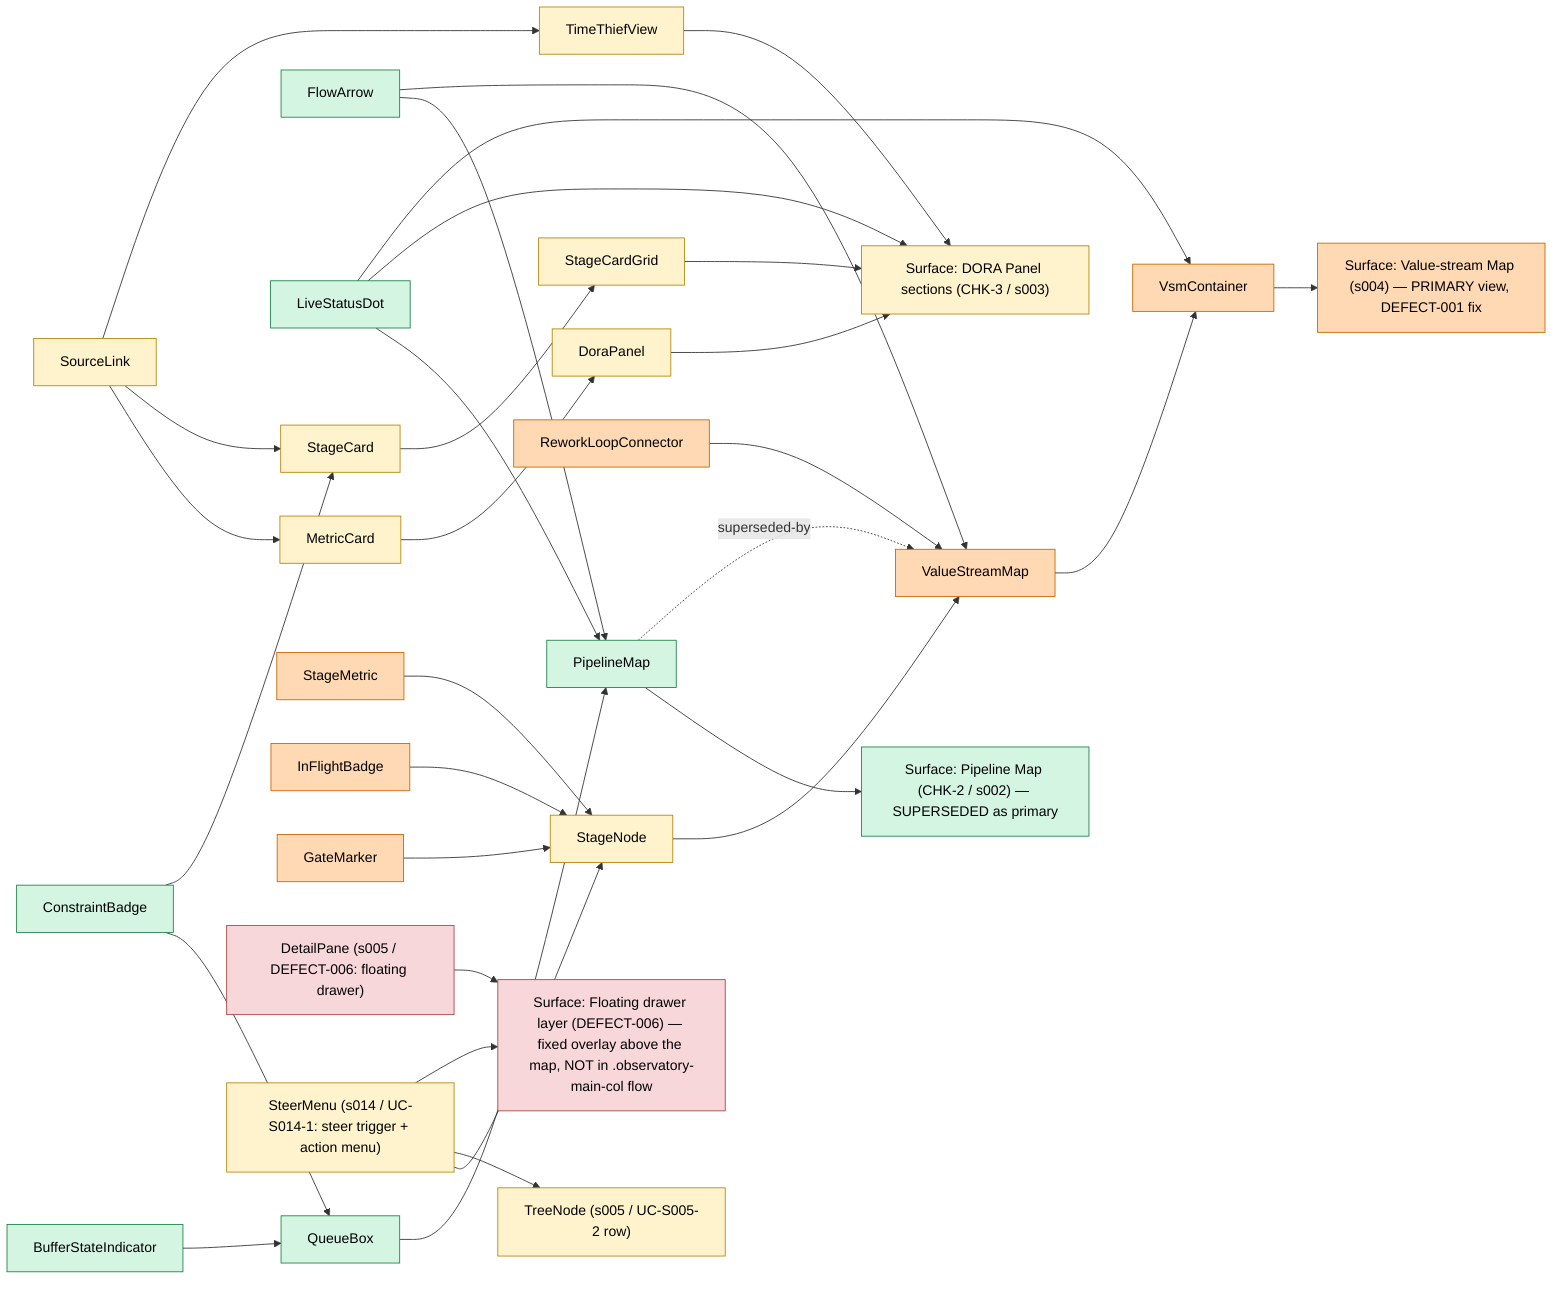
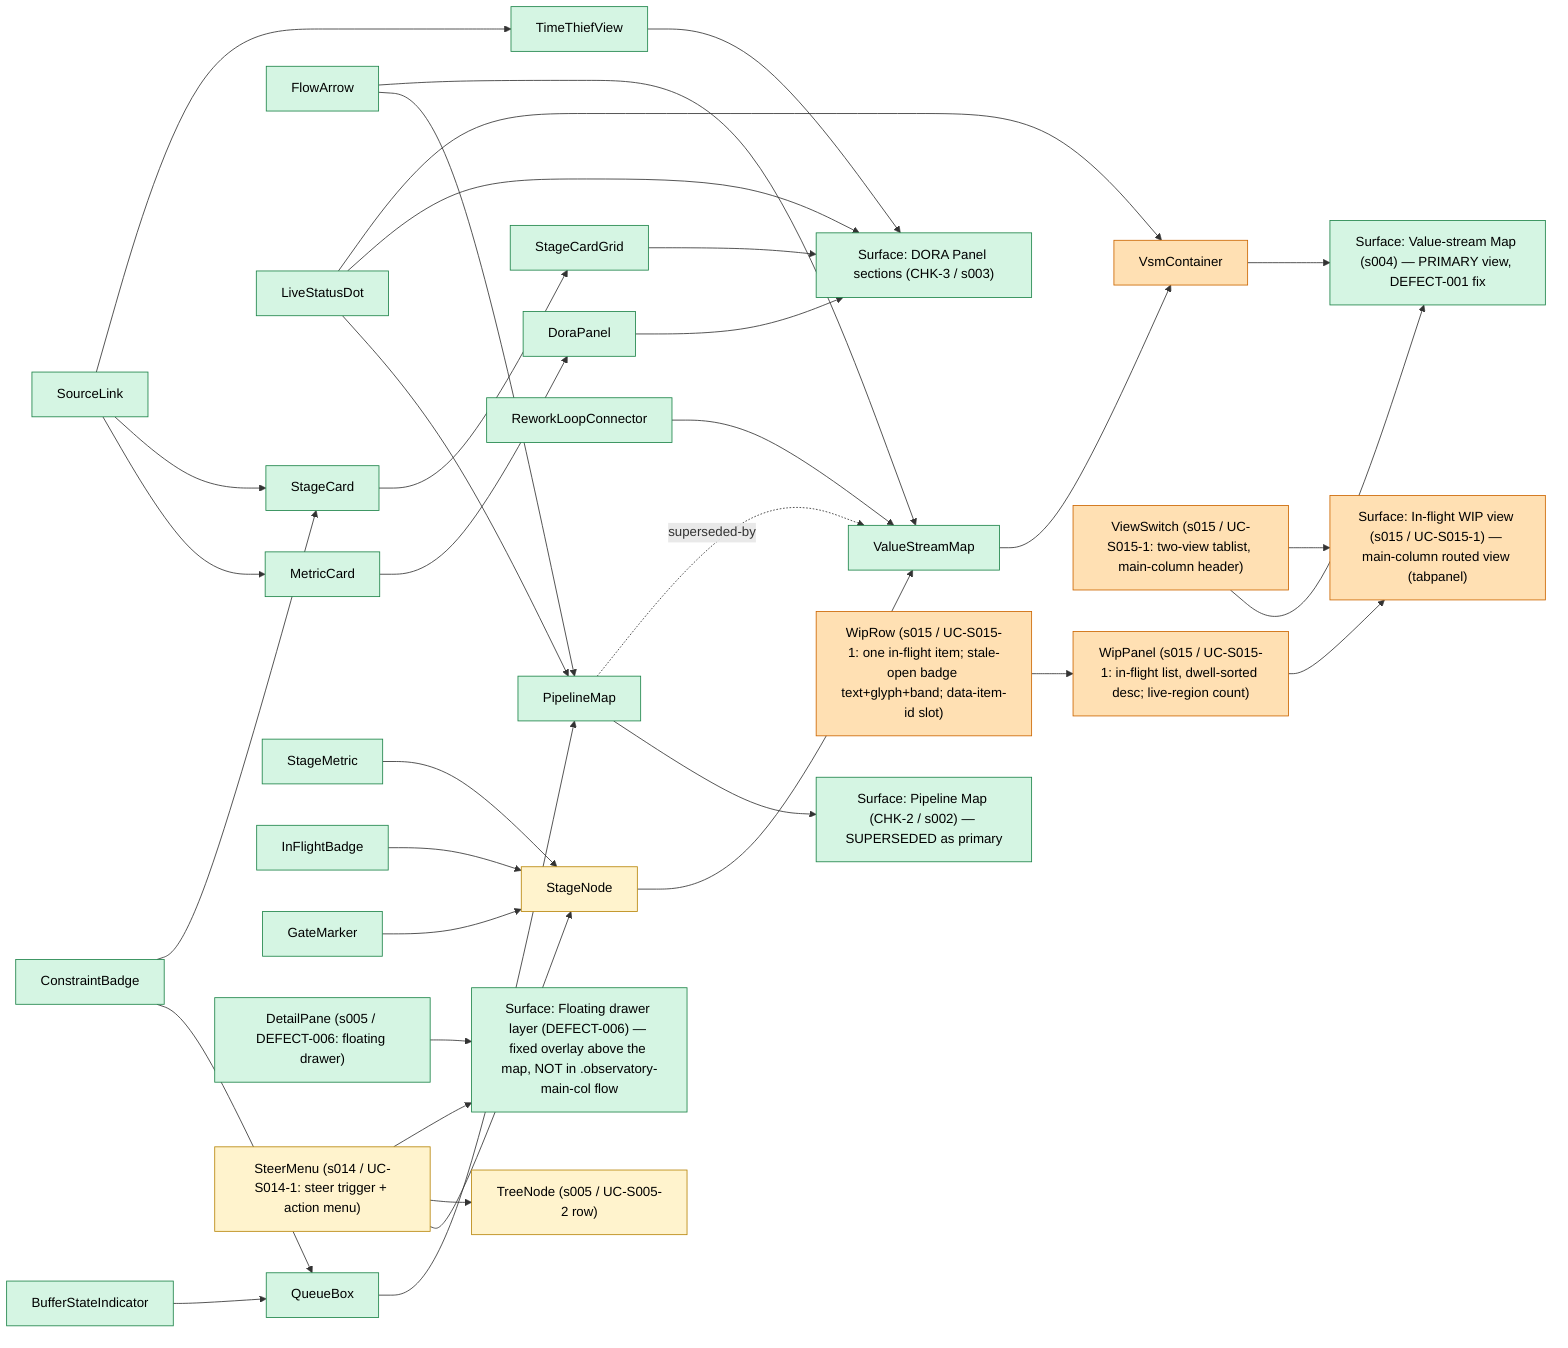
%% Observatory UI change-impact model — design-system components -> surfaces that use them.
%% Owner: ui-designer. Edges = "used by". Nodes/edges added or re-pointed in a commit
%% are marked `class ... changed` in the SAME commit; the tester consumes the marks
%% as the UI test-plan input, then they are cleared at slice delivery.
%% Seeded: s002-pipeline-map (CHK-2) — DELIVERED 2026-06-09T02:22:00Z; all nodes stable.
graph LR
  %% --- surfaces ---
  PipelineMapScreen["Surface: Pipeline Map (CHK-2 / s002) — SUPERSEDED as primary"]
  DoraPanelScreen["Surface: DORA Panel sections (CHK-3 / s003)"]
  ValueStreamScreen["Surface: Value-stream Map (s004) — PRIMARY view, DEFECT-001 fix"]
  ObservatoryDrawerLayer["Surface: Floating drawer layer (DEFECT-006) — fixed overlay above the map, NOT in .observatory-main-col flow"]

  %% --- design-system components ---
  PipelineMap["PipelineMap"]
  QueueBox["QueueBox"]
  BufferStateIndicator["BufferStateIndicator"]
  ConstraintBadge["ConstraintBadge"]
  FlowArrow["FlowArrow"]
  LiveStatusDot["LiveStatusDot"]
  DoraPanel["DoraPanel"]
  MetricCard["MetricCard"]
  StageCardGrid["StageCardGrid"]
  StageCard["StageCard"]
  TimeThiefView["TimeThiefView"]
  SourceLink["SourceLink"]
  %% s004 value-stream components (DEFECT-001 fix) — mounted as the PRIMARY view
  VsmContainer["VsmContainer"]
  ValueStreamMap["ValueStreamMap"]
  StageNode["StageNode"]
  StageMetric["StageMetric"]
  InFlightBadge["InFlightBadge"]
  GateMarker["GateMarker"]
  ReworkLoopConnector["ReworkLoopConnector"]

  %% --- used-by edges ---
  PipelineMap --> PipelineMapScreen
  QueueBox --> PipelineMap
  BufferStateIndicator --> QueueBox
  ConstraintBadge --> QueueBox
  FlowArrow --> PipelineMap
  LiveStatusDot --> PipelineMap
  %% CHK-3 (s003) used-by edges
  DoraPanel --> DoraPanelScreen
  StageCardGrid --> DoraPanelScreen
  TimeThiefView --> DoraPanelScreen
  MetricCard --> DoraPanel
  StageCard --> StageCardGrid
  ConstraintBadge --> StageCard
  SourceLink --> MetricCard
  SourceLink --> StageCard
  SourceLink --> TimeThiefView
  LiveStatusDot --> DoraPanelScreen
  %% s004 (DEFECT-001) used-by edges — the value-stream map becomes the primary surface.
  %% Runtime routing path: main.jsx mounts VsmContainer (NOT MapContainer) → ValueStreamMap.
  VsmContainer --> ValueStreamScreen
  ValueStreamMap --> VsmContainer
  StageNode --> ValueStreamMap
  StageMetric --> StageNode
  InFlightBadge --> StageNode
  GateMarker --> StageNode
  ReworkLoopConnector --> ValueStreamMap
  FlowArrow --> ValueStreamMap
  LiveStatusDot --> VsmContainer
  %% supersession: PipelineMap is no longer mounted as the primary view (still in tree, tested).
  PipelineMap -. superseded-by .-> ValueStreamMap

  %% DEFECT-006: DetailPane RE-POINTED — was an in-flow sibling of ValueStreamMap inside
  %% .observatory-main-col (reflowed the map); now a position:fixed floating drawer on its
  %% own overlay layer. The re-point is the regression-guard input for the tester (GEO-S005-3b).
  DetailPane["DetailPane (s005 / DEFECT-006: floating drawer)"]
  DetailPane --> ObservatoryDrawerLayer

  %% s014 / UC-S014-1: SteerMenu (NEW) — per-item steer trigger + body-portalled
  %% role=menu popover (4 action types). Composed READ-ONLY into the queue chips
  %% (StageNode) and the tree rows (TreeNode); onSteer(itemId, actionType) prop
  %% slot threads VsmContainer→ValueStreamMap→StageNode and WorkItemTree→TreeNode
  %% (no host logic change). The popover renders on the fixed-overlay layer
  %% (DEFECT-006 discipline) — zero flow height, own stacking context.
  %% NOTE for tester: trigger carries data-steer-item-id (NOT data-item-id — that
  %% stays the treeitem's unique selector); MetricSource reveal panels are now
  %% pointer-events:none so they cannot intercept clicks on the chips' triggers.
  TreeNode["TreeNode (s005 / UC-S005-2 row)"]
  SteerMenu["SteerMenu (s014 / UC-S014-1: steer trigger + action menu)"]
  SteerMenu --> StageNode
  SteerMenu --> TreeNode
  SteerMenu --> ObservatoryDrawerLayer

+   %% s015 / UC-S015-1: WIP navigation panel — ROUTED VIEW (EXP-016). ObservatoryView's
+   %% main column gains a ViewSwitch tablist ("Pipeline" | "In-flight WIP") that swaps
+   %% the column content between VsmContainer (default) and WipPanel. The two surfaces
+   %% NEVER co-exist (inactive tabpanel is hidden AND empty → genuinely unmounted), so
+   %% there is no overlay-reflow failure mode by construction (GEO-S015-1).
+   %% RUNTIME ROUTING CHANGE for the tester: VsmContainer is now mounted CONDITIONALLY
+   %% inside the pipeline tabpanel (was: unconditionally in .observatory-main-col) —
+   %% GEO-S015-1 pins that switch-away-and-back restores a byte-identical VSM bbox.
+   %% WipRow carries data-item-id — the composition slot UC-S015-2's SteerMenu reads.
+   WipViewScreen["Surface: In-flight WIP view (s015 / UC-S015-1) — main-column routed view (tabpanel)"]
+   ViewSwitch["ViewSwitch (s015 / UC-S015-1: two-view tablist, main-column header)"]
+   WipPanel["WipPanel (s015 / UC-S015-1: in-flight list, dwell-sorted desc; live-region count)"]
+   WipRow["WipRow (s015 / UC-S015-1: one in-flight item; stale-open badge text+glyph+band; data-item-id slot)"]
+   ViewSwitch --> ValueStreamScreen
+   ViewSwitch --> WipViewScreen
+   WipPanel --> WipViewScreen
+   WipRow --> WipPanel
+ 
  classDef delivered fill:#d5f5e3,stroke:#1e8449,color:#000;
-   class PipelineMapScreen,PipelineMap,QueueBox,BufferStateIndicator,ConstraintBadge,FlowArrow,LiveStatusDot delivered;
-   %% CHK-3 nodes added this slice — tester UI test-plan input; cleared at s003 delivery.
-   classDef changed fill:#fff3cd,stroke:#b8860b,color:#000;
-   class DoraPanelScreen,DoraPanel,MetricCard,StageCardGrid,StageCard,TimeThiefView,SourceLink changed;
-   %% s004 nodes added/re-pointed THIS commit (DEFECT-001) — tester UI test-plan input; cleared at s004 delivery.
-   classDef s004changed fill:#ffd9b3,stroke:#cc6600,color:#000;
-   class ValueStreamScreen,VsmContainer,ValueStreamMap,StageNode,StageMetric,InFlightBadge,GateMarker,ReworkLoopConnector s004changed;
-   %% DEFECT-006 re-point THIS commit — tester UI test-plan input (map-bbox-unchanged regression
-   %% guard, AC-S005-3-7 / GEO-S005-3b); cleared when the engineer's fix is delivered.
-   classDef defect006changed fill:#f8d7da,stroke:#a94442,color:#000;
-   class DetailPane,ObservatoryDrawerLayer defect006changed;
-   %% s014 / UC-S014-1 nodes+edges added THIS commit — tester UI test-plan input
-   %% (steer menu on chips/rows; hosts StageNode+TreeNode re-touched read-only;
-   %% MetricSource pointer-events change is in the same blast radius); cleared at
-   %% s014 delivery after the tester consumes.
+   %% CHK-3 (s003) DROPPED — scope absorbed into CHK-2 restated done-condition (s004 delivered).
+   %% s004 DELIVERED 2026-06-10T11:00:00Z — CHK-2 done-condition MET.
+   %% DEFECT-006 FIXED — DetailPane floating-drawer re-point delivered as part of s005 (CHK-4 done 2026-06-10T19:00:00Z).
+   %% All of the above: s003-changed, s004changed, defect006changed marks cleared at their delivery.
+   class PipelineMapScreen,PipelineMap,QueueBox,BufferStateIndicator,ConstraintBadge,FlowArrow,LiveStatusDot,DoraPanelScreen,DoraPanel,MetricCard,StageCardGrid,StageCard,TimeThiefView,SourceLink,ValueStreamScreen,VsmContainer,ValueStreamMap,StageMetric,InFlightBadge,GateMarker,ReworkLoopConnector,DetailPane,ObservatoryDrawerLayer delivered;
+   %% s014 still in-flight: UC-S014-1 done but UC-S014-2/3/4 planned; SteerMenu+StageNode+TreeNode
+   %% remain in blast radius for the remaining s014 UCs (panel, prompt builder, clipboard/SSE).
+   %% Convention: s014changed cleared only at full s014 slice delivery after tester final sign-off.
  classDef s014changed fill:#fff3cd,stroke:#b8860b,color:#000;
  class SteerMenu,TreeNode,StageNode s014changed;
+   %% s015 / UC-S015-1 nodes added THIS commit + VsmContainer re-pointed (conditional
+   %% mount inside the pipeline tabpanel) — tester UI test-plan input; cleared at
+   %% s015 delivery after the tester consumes.
+   classDef s015changed fill:#ffe0b3,stroke:#cc6600,color:#000;
+   class WipViewScreen,ViewSwitch,WipPanel,WipRow,VsmContainer s015changed;
